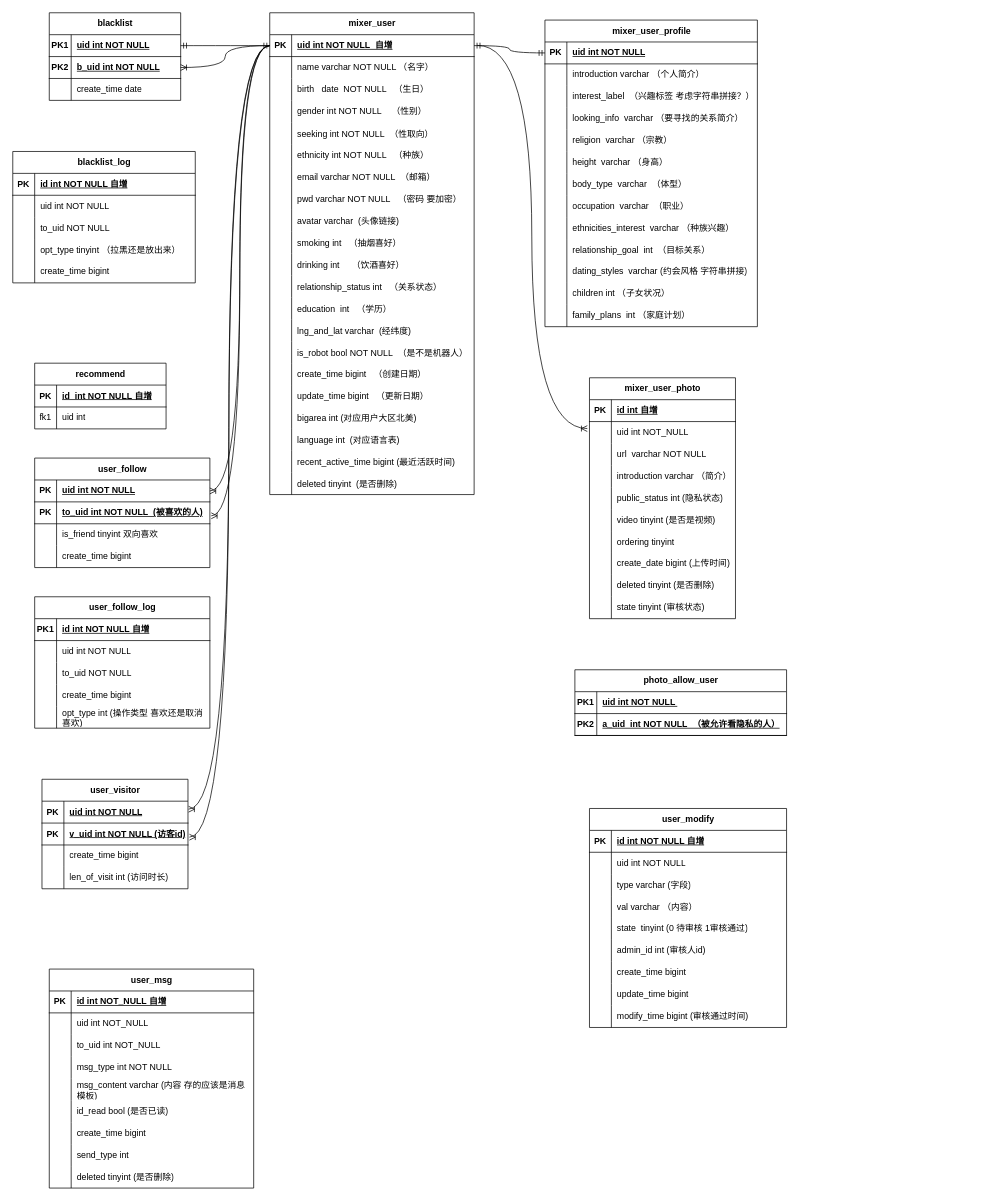
This is mixweb-er.drawio from zhangshuntao-ola/MyDraw, a draw.io file, before an edit. Source tidied: cells renumbered, new cells numbered last; positions are measured from the earlier drawing's top-left corner, leaving out a move shared by most shapes. Both pictures are drawn from the tidied source at 73%, with x=0, y=0 at pixel (12, 12).
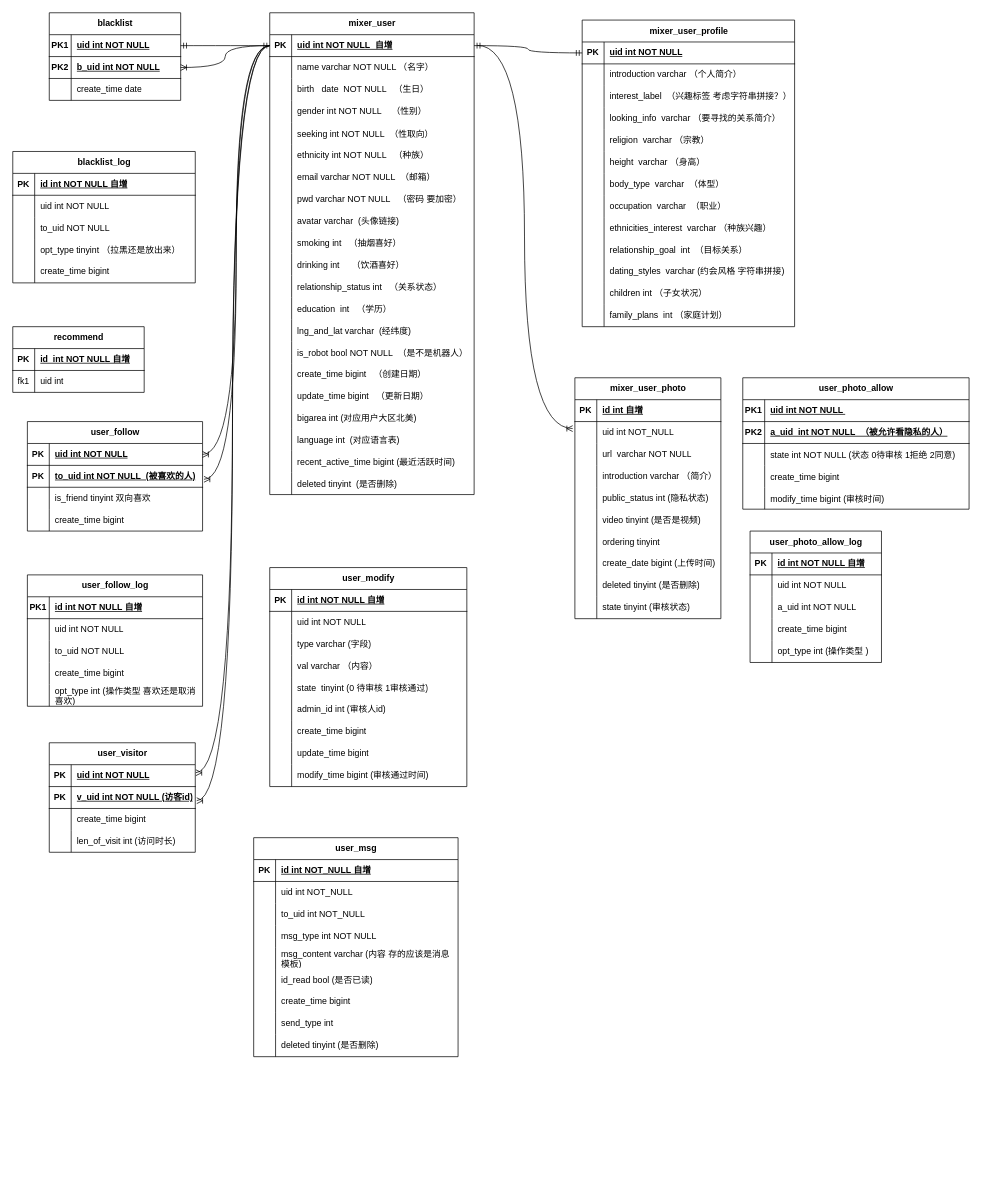
After the change.

What changed in the source:
```diff
@@
     <mxCell id="79" value="recommend" style="shape=table;startSize=30;childLayout=tableLayout;rowLines=0;fontStyle=1;align=center;html=1;" parent="1" vertex="1">
-      <mxGeometry x="30" y="480" width="180" height="90" as="geometry" />
+      <mxGeometry y="430" width="180" height="90" as="geometry" />
     </mxCell>
@@
     <mxCell id="86" value="mixer_user_profile" style="shape=table;startSize=30;childLayout=tableLayout;rowLines=0;fontStyle=1;align=center;html=1;" parent="1" vertex="1">
-      <mxGeometry x="729" y="10" width="291" height="420" as="geometry" />
+      <mxGeometry x="780" y="10" width="291" height="420" as="geometry" />
     </mxCell>
@@
-    <mxCell id="132" value="photo_allow_user" style="shape=table;startSize=30;childLayout=tableLayout;rowLines=0;fontStyle=1;align=center;html=1;" parent="1" vertex="1">
-      <mxGeometry x="770" y="900" width="290" height="90" as="geometry" />
+    <mxCell id="132" value="user_photo_allow" style="shape=table;startSize=30;childLayout=tableLayout;rowLines=0;fontStyle=1;align=center;html=1;" parent="1" vertex="1">
+      <mxGeometry x="1000" y="500" width="310" height="180" as="geometry" />
     </mxCell>
     <mxCell id="133" style="shape=tableRow;horizontal=0;startSize=0;swimlaneHead=0;swimlaneBody=0;fillColor=none;top=0;left=0;right=0;bottom=1;" parent="132" vertex="1">
-      <mxGeometry y="30" width="290" height="30" as="geometry" />
+      <mxGeometry y="30" width="310" height="30" as="geometry" />
     </mxCell>
@@
     <mxCell id="135" value="uid int NOT NULL&amp;nbsp;" style="shape=partialRectangle;fillColor=none;top=0;left=0;bottom=0;right=0;align=left;spacingLeft=6;fontStyle=5;overflow=hidden;whiteSpace=wrap;html=1;" parent="133" vertex="1">
-      <mxGeometry x="30" width="260" height="30" as="geometry" />
+      <mxGeometry x="30" width="280" height="30" as="geometry" />
     </mxCell>
     <mxCell id="136" style="shape=tableRow;horizontal=0;startSize=0;swimlaneHead=0;swimlaneBody=0;fillColor=none;top=0;left=0;right=0;bottom=1;" parent="132" vertex="1">
-      <mxGeometry y="60" width="290" height="30" as="geometry" />
+      <mxGeometry y="60" width="310" height="30" as="geometry" />
     </mxCell>
@@
     <mxCell id="138" value="a_uid&amp;nbsp; int NOT NULL&amp;nbsp; （被允许看隐私的人）" style="shape=partialRectangle;fillColor=none;top=0;left=0;bottom=0;right=0;align=left;spacingLeft=6;fontStyle=5;overflow=hidden;whiteSpace=wrap;html=1;" parent="136" vertex="1">
-      <mxGeometry x="30" width="260" height="30" as="geometry" />
+      <mxGeometry x="30" width="280" height="30" as="geometry" />
     </mxCell>
+    <mxCell id="284" style="shape=tableRow;horizontal=0;startSize=0;swimlaneHead=0;swimlaneBody=0;fillColor=none;top=0;left=0;right=0;bottom=0;" parent="132" vertex="1">
+      <mxGeometry y="90" width="310" height="30" as="geometry" />
+    </mxCell>
+    <mxCell id="285" style="shape=partialRectangle;fillColor=none;top=0;left=0;bottom=0;right=0;overflow=hidden;" parent="284" vertex="1">
+      <mxGeometry width="30" height="30" as="geometry" />
+    </mxCell>
+    <mxCell id="286" value="state int NOT NULL (状态 0待审核 1拒绝 2同意)" style="shape=partialRectangle;fillColor=none;top=0;left=0;bottom=0;right=0;align=left;spacingLeft=6;overflow=hidden;" parent="284" vertex="1">
+      <mxGeometry x="30" width="280" height="30" as="geometry" />
+    </mxCell>
+    <mxCell id="287" style="shape=tableRow;horizontal=0;startSize=0;swimlaneHead=0;swimlaneBody=0;fillColor=none;top=0;left=0;right=0;bottom=0;" parent="132" vertex="1">
+      <mxGeometry y="120" width="310" height="30" as="geometry" />
+    </mxCell>
+    <mxCell id="288" style="shape=partialRectangle;fillColor=none;top=0;left=0;bottom=0;right=0;overflow=hidden;" parent="287" vertex="1">
+      <mxGeometry width="30" height="30" as="geometry" />
+    </mxCell>
+    <mxCell id="289" value="create_time bigint " style="shape=partialRectangle;fillColor=none;top=0;left=0;bottom=0;right=0;align=left;spacingLeft=6;overflow=hidden;" parent="287" vertex="1">
+      <mxGeometry x="30" width="280" height="30" as="geometry" />
+    </mxCell>
+    <mxCell id="290" style="shape=tableRow;horizontal=0;startSize=0;swimlaneHead=0;swimlaneBody=0;fillColor=none;top=0;left=0;right=0;bottom=0;" parent="132" vertex="1">
+      <mxGeometry y="150" width="310" height="30" as="geometry" />
+    </mxCell>
+    <mxCell id="291" style="shape=partialRectangle;fillColor=none;top=0;left=0;bottom=0;right=0;overflow=hidden;" parent="290" vertex="1">
+      <mxGeometry width="30" height="30" as="geometry" />
+    </mxCell>
+    <mxCell id="292" value="modify_time bigint (审核时间)" style="shape=partialRectangle;fillColor=none;top=0;left=0;bottom=0;right=0;align=left;spacingLeft=6;overflow=hidden;" parent="290" vertex="1">
+      <mxGeometry x="30" width="280" height="30" as="geometry" />
+    </mxCell>
     <mxCell id="139" value="mixer_user_photo" style="shape=table;startSize=30;childLayout=tableLayout;rowLines=0;fontStyle=1;align=center;html=1;" parent="1" vertex="1">
-      <mxGeometry x="790" y="500" width="200" height="330" as="geometry" />
+      <mxGeometry x="770" y="500" width="200" height="330" as="geometry" />
     </mxCell>
@@
     <mxCell id="170" value="user_modify" style="shape=table;startSize=30;childLayout=tableLayout;rowLines=0;fontStyle=1;align=center;html=1;" parent="1" vertex="1">
-      <mxGeometry x="790" y="1090" width="270" height="300" as="geometry" />
+      <mxGeometry x="352" y="760" width="270" height="300" as="geometry" />
     </mxCell>
@@
     <mxCell id="198" value="user_msg" style="shape=table;startSize=30;childLayout=tableLayout;rowLines=0;fontStyle=1;align=center;html=1;" parent="1" vertex="1">
-      <mxGeometry x="50" y="1310" width="280" height="300" as="geometry" />
+      <mxGeometry x="330" y="1130" width="280" height="300" as="geometry" />
     </mxCell>
@@
     <mxCell id="226" value="user_visitor" style="shape=table;startSize=30;childLayout=tableLayout;rowLines=0;fontStyle=1;align=center;html=1;" parent="1" vertex="1">
-      <mxGeometry x="40" y="1050" width="200" height="150" as="geometry" />
+      <mxGeometry x="50" y="1000" width="200" height="150" as="geometry" />
     </mxCell>
@@
     <mxCell id="239" value="user_follow_log" style="shape=table;startSize=30;childLayout=tableLayout;rowLines=0;fontStyle=1;align=center;html=1;" parent="1" vertex="1">
-      <mxGeometry x="30" y="800" width="240" height="180" as="geometry" />
+      <mxGeometry x="20" y="770" width="240" height="180" as="geometry" />
     </mxCell>
@@
     <mxCell id="255" value="user_follow" style="shape=table;startSize=30;childLayout=tableLayout;rowLines=0;fontStyle=1;align=center;html=1;" parent="1" vertex="1">
-      <mxGeometry x="30" y="610" width="240" height="150" as="geometry" />
+      <mxGeometry x="20" y="560" width="240" height="150" as="geometry" />
     </mxCell>
@@
+    <mxCell id="293" value="user_photo_allow_log" style="shape=table;startSize=30;childLayout=tableLayout;rowLines=0;fontStyle=1;align=center;html=1;" parent="1" vertex="1">
+      <mxGeometry x="1010" y="710" width="180" height="180" as="geometry" />
+    </mxCell>
+    <mxCell id="294" style="shape=tableRow;horizontal=0;startSize=0;swimlaneHead=0;swimlaneBody=0;fillColor=none;top=0;left=0;right=0;bottom=1;" parent="293" vertex="1">
+      <mxGeometry y="30" width="180" height="30" as="geometry" />
+    </mxCell>
+    <mxCell id="295" value="PK" style="shape=partialRectangle;fillColor=none;top=0;left=0;bottom=0;right=0;fontStyle=1;overflow=hidden;whiteSpace=wrap;html=1;" parent="294" vertex="1">
+      <mxGeometry width="30" height="30" as="geometry" />
+    </mxCell>
+    <mxCell id="296" value="id int NOT NULL 自增" style="shape=partialRectangle;fillColor=none;top=0;left=0;bottom=0;right=0;align=left;spacingLeft=6;fontStyle=5;overflow=hidden;whiteSpace=wrap;html=1;" parent="294" vertex="1">
+      <mxGeometry x="30" width="150" height="30" as="geometry" />
+    </mxCell>
+    <mxCell id="297" style="shape=tableRow;horizontal=0;startSize=0;swimlaneHead=0;swimlaneBody=0;fillColor=none;top=0;left=0;right=0;bottom=0;" parent="293" vertex="1">
+      <mxGeometry y="60" width="180" height="30" as="geometry" />
+    </mxCell>
+    <mxCell id="298" style="shape=partialRectangle;fillColor=none;top=0;left=0;bottom=0;right=0;overflow=hidden;whiteSpace=wrap;html=1;" parent="297" vertex="1">
+      <mxGeometry width="30" height="30" as="geometry" />
+    </mxCell>
+    <mxCell id="299" value="uid int NOT NULL&amp;nbsp;" style="shape=partialRectangle;fillColor=none;top=0;left=0;bottom=0;right=0;align=left;spacingLeft=6;overflow=hidden;whiteSpace=wrap;html=1;" parent="297" vertex="1">
+      <mxGeometry x="30" width="150" height="30" as="geometry" />
+    </mxCell>
+    <mxCell id="300" style="shape=tableRow;horizontal=0;startSize=0;swimlaneHead=0;swimlaneBody=0;fillColor=none;top=0;left=0;right=0;bottom=0;" parent="293" vertex="1">
+      <mxGeometry y="90" width="180" height="30" as="geometry" />
+    </mxCell>
+    <mxCell id="301" style="shape=partialRectangle;fillColor=none;top=0;left=0;bottom=0;right=0;overflow=hidden;whiteSpace=wrap;html=1;" parent="300" vertex="1">
+      <mxGeometry width="30" height="30" as="geometry" />
+    </mxCell>
+    <mxCell id="302" value="a_uid int NOT NULL" style="shape=partialRectangle;fillColor=none;top=0;left=0;bottom=0;right=0;align=left;spacingLeft=6;overflow=hidden;whiteSpace=wrap;html=1;" parent="300" vertex="1">
+      <mxGeometry x="30" width="150" height="30" as="geometry" />
+    </mxCell>
+    <mxCell id="303" style="shape=tableRow;horizontal=0;startSize=0;swimlaneHead=0;swimlaneBody=0;fillColor=none;top=0;left=0;right=0;bottom=0;" parent="293" vertex="1">
+      <mxGeometry y="120" width="180" height="30" as="geometry" />
+    </mxCell>
+    <mxCell id="304" style="shape=partialRectangle;fillColor=none;top=0;left=0;bottom=0;right=0;overflow=hidden;whiteSpace=wrap;html=1;" parent="303" vertex="1">
+      <mxGeometry width="30" height="30" as="geometry" />
+    </mxCell>
+    <mxCell id="305" value="create_time bigint" style="shape=partialRectangle;fillColor=none;top=0;left=0;bottom=0;right=0;align=left;spacingLeft=6;overflow=hidden;whiteSpace=wrap;html=1;" parent="303" vertex="1">
+      <mxGeometry x="30" width="150" height="30" as="geometry" />
+    </mxCell>
+    <mxCell id="306" style="shape=tableRow;horizontal=0;startSize=0;swimlaneHead=0;swimlaneBody=0;fillColor=none;top=0;left=0;right=0;bottom=0;" parent="293" vertex="1">
+      <mxGeometry y="150" width="180" height="30" as="geometry" />
+    </mxCell>
+    <mxCell id="307" style="shape=partialRectangle;fillColor=none;top=0;left=0;bottom=0;right=0;overflow=hidden;whiteSpace=wrap;html=1;" parent="306" vertex="1">
+      <mxGeometry width="30" height="30" as="geometry" />
+    </mxCell>
+    <mxCell id="308" value="opt_type int (操作类型 )" style="shape=partialRectangle;fillColor=none;top=0;left=0;bottom=0;right=0;align=left;spacingLeft=6;overflow=hidden;whiteSpace=wrap;html=1;" parent="306" vertex="1">
+      <mxGeometry x="30" width="150" height="30" as="geometry" />
+    </mxCell>
```
